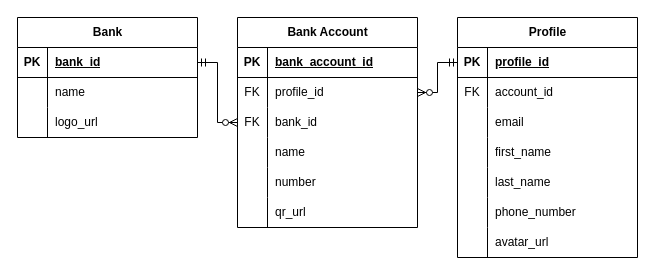
Naodab/Second_Life keeps this draw.io diagram as page "profileservice" (3 of 8) of diagrams/databases/erd.drawio. Above is the earlier version. Source tidied: cells renumbered, new cells numbered last; positions are measured from the earlier drawing's top-left corner, leaving out a move shared by most shapes. Both pictures are drawn from the tidied source at 100%, with x=0, y=0 at pixel (17, 17).
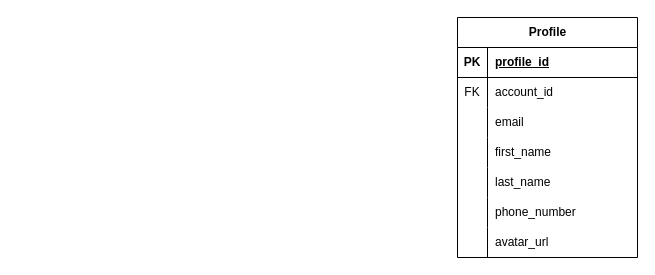
The same diagram, later.

Unchanged cells that the change refers to:
```xml
<mxCell id="3" style="shape=tableRow;horizontal=0;startSize=0;swimlaneHead=0;swimlaneBody=0;fillColor=none;points=[[0,0.5],[1,0.5]];portConstraint=eastwest;top=0;left=0;right=0;bottom=1;" parent="2" vertex="1">
  <mxGeometry y="30" width="180" height="30" as="geometry" />
</mxCell>
```

What changed in the source:
```diff
@@
-    <mxCell id="24" value="Bank Account" style="shape=table;startSize=30;childLayout=tableLayout;rowLines=0;fontStyle=1;align=center;html=1;" parent="1" vertex="1">
-      <mxGeometry x="220" width="180" height="210" as="geometry" />
-    </mxCell>
-    <mxCell id="25" style="shape=tableRow;horizontal=0;startSize=0;swimlaneHead=0;swimlaneBody=0;fillColor=none;top=0;left=0;right=0;bottom=1;" parent="24" vertex="1">
-      <mxGeometry y="30" width="180" height="30" as="geometry" />
-    </mxCell>
-    <mxCell id="26" value="PK" style="shape=partialRectangle;fillColor=none;top=0;left=0;bottom=0;right=0;fontStyle=1;overflow=hidden;whiteSpace=wrap;html=1;" parent="25" vertex="1">
-      <mxGeometry width="30" height="30" as="geometry" />
-    </mxCell>
-    <mxCell id="27" value="bank_account_id" style="shape=partialRectangle;fillColor=none;top=0;left=0;bottom=0;right=0;align=left;spacingLeft=6;fontStyle=5;overflow=hidden;whiteSpace=wrap;html=1;" parent="25" vertex="1">
-      <mxGeometry x="30" width="150" height="30" as="geometry" />
-    </mxCell>
-    <mxCell id="28" style="shape=tableRow;horizontal=0;startSize=0;swimlaneHead=0;swimlaneBody=0;fillColor=none;points=[[0,0.5],[1,0.5]];portConstraint=eastwest;top=0;left=0;right=0;bottom=0;" parent="24" vertex="1">
-      <mxGeometry y="60" width="180" height="30" as="geometry" />
-    </mxCell>
-    <mxCell id="29" value="FK" style="shape=partialRectangle;fillColor=none;top=0;left=0;bottom=0;right=0;overflow=hidden;whiteSpace=wrap;html=1;" parent="28" vertex="1">
-      <mxGeometry width="30" height="30" as="geometry" />
-    </mxCell>
-    <mxCell id="30" value="profile_id" style="shape=partialRectangle;fillColor=none;top=0;left=0;bottom=0;right=0;align=left;spacingLeft=6;overflow=hidden;whiteSpace=wrap;html=1;" parent="28" vertex="1">
-      <mxGeometry x="30" width="150" height="30" as="geometry" />
-    </mxCell>
-    <mxCell id="31" style="shape=tableRow;horizontal=0;startSize=0;swimlaneHead=0;swimlaneBody=0;fillColor=none;points=[[0,0.5],[1,0.5]];portConstraint=eastwest;top=0;left=0;right=0;bottom=0;" parent="24" vertex="1">
-      <mxGeometry y="90" width="180" height="30" as="geometry" />
-    </mxCell>
-    <mxCell id="32" value="FK" style="shape=partialRectangle;fillColor=none;top=0;left=0;bottom=0;right=0;overflow=hidden;whiteSpace=wrap;html=1;" parent="31" vertex="1">
-      <mxGeometry width="30" height="30" as="geometry" />
-    </mxCell>
-    <mxCell id="33" value="bank_id" style="shape=partialRectangle;fillColor=none;top=0;left=0;bottom=0;right=0;align=left;spacingLeft=6;overflow=hidden;whiteSpace=wrap;html=1;" parent="31" vertex="1">
-      <mxGeometry x="30" width="150" height="30" as="geometry" />
-    </mxCell>
-    <mxCell id="34" style="shape=tableRow;horizontal=0;startSize=0;swimlaneHead=0;swimlaneBody=0;fillColor=none;top=0;left=0;right=0;bottom=0;" parent="24" vertex="1">
-      <mxGeometry y="120" width="180" height="30" as="geometry" />
-    </mxCell>
-    <mxCell id="35" style="shape=partialRectangle;fillColor=none;top=0;left=0;bottom=0;right=0;overflow=hidden;whiteSpace=wrap;html=1;" parent="34" vertex="1">
-      <mxGeometry width="30" height="30" as="geometry" />
-    </mxCell>
-    <mxCell id="36" value="name" style="shape=partialRectangle;fillColor=none;top=0;left=0;bottom=0;right=0;align=left;spacingLeft=6;overflow=hidden;whiteSpace=wrap;html=1;" parent="34" vertex="1">
-      <mxGeometry x="30" width="150" height="30" as="geometry" />
-    </mxCell>
-    <mxCell id="37" style="shape=tableRow;horizontal=0;startSize=0;swimlaneHead=0;swimlaneBody=0;fillColor=none;top=0;left=0;right=0;bottom=0;" parent="24" vertex="1">
-      <mxGeometry y="150" width="180" height="30" as="geometry" />
-    </mxCell>
-    <mxCell id="38" style="shape=partialRectangle;fillColor=none;top=0;left=0;bottom=0;right=0;overflow=hidden;whiteSpace=wrap;html=1;" parent="37" vertex="1">
-      <mxGeometry width="30" height="30" as="geometry" />
-    </mxCell>
-    <mxCell id="39" value="number" style="shape=partialRectangle;fillColor=none;top=0;left=0;bottom=0;right=0;align=left;spacingLeft=6;overflow=hidden;whiteSpace=wrap;html=1;" parent="37" vertex="1">
-      <mxGeometry x="30" width="150" height="30" as="geometry" />
-    </mxCell>
-    <mxCell id="40" style="shape=tableRow;horizontal=0;startSize=0;swimlaneHead=0;swimlaneBody=0;fillColor=none;top=0;left=0;right=0;bottom=0;" parent="24" vertex="1">
-      <mxGeometry y="180" width="180" height="30" as="geometry" />
-    </mxCell>
-    <mxCell id="41" style="shape=partialRectangle;fillColor=none;top=0;left=0;bottom=0;right=0;overflow=hidden;whiteSpace=wrap;html=1;" parent="40" vertex="1">
-      <mxGeometry width="30" height="30" as="geometry" />
-    </mxCell>
-    <mxCell id="42" value="qr_url" style="shape=partialRectangle;fillColor=none;top=0;left=0;bottom=0;right=0;align=left;spacingLeft=6;overflow=hidden;whiteSpace=wrap;html=1;" parent="40" vertex="1">
-      <mxGeometry x="30" width="150" height="30" as="geometry" />
-    </mxCell>
-    <mxCell id="43" value="Bank" style="shape=table;startSize=30;childLayout=tableLayout;rowLines=0;fontStyle=1;align=center;html=1;" parent="1" vertex="1">
-      <mxGeometry width="180" height="120" as="geometry" />
-    </mxCell>
-    <mxCell id="44" style="shape=tableRow;horizontal=0;startSize=0;swimlaneHead=0;swimlaneBody=0;fillColor=none;points=[[0,0.5],[1,0.5]];portConstraint=eastwest;top=0;left=0;right=0;bottom=1;" parent="43" vertex="1">
-      <mxGeometry y="30" width="180" height="30" as="geometry" />
-    </mxCell>
-    <mxCell id="45" value="PK" style="shape=partialRectangle;fillColor=none;top=0;left=0;bottom=0;right=0;fontStyle=1;overflow=hidden;whiteSpace=wrap;html=1;" parent="44" vertex="1">
-      <mxGeometry width="30" height="30" as="geometry" />
-    </mxCell>
-    <mxCell id="46" value="bank_id" style="shape=partialRectangle;fillColor=none;top=0;left=0;bottom=0;right=0;align=left;spacingLeft=6;fontStyle=5;overflow=hidden;whiteSpace=wrap;html=1;" parent="44" vertex="1">
-      <mxGeometry x="30" width="150" height="30" as="geometry" />
-    </mxCell>
-    <mxCell id="47" style="shape=tableRow;horizontal=0;startSize=0;swimlaneHead=0;swimlaneBody=0;fillColor=none;top=0;left=0;right=0;bottom=0;" parent="43" vertex="1">
-      <mxGeometry y="60" width="180" height="30" as="geometry" />
-    </mxCell>
-    <mxCell id="48" style="shape=partialRectangle;fillColor=none;top=0;left=0;bottom=0;right=0;overflow=hidden;whiteSpace=wrap;html=1;" parent="47" vertex="1">
-      <mxGeometry width="30" height="30" as="geometry" />
-    </mxCell>
-    <mxCell id="49" value="name" style="shape=partialRectangle;fillColor=none;top=0;left=0;bottom=0;right=0;align=left;spacingLeft=6;overflow=hidden;whiteSpace=wrap;html=1;" parent="47" vertex="1">
-      <mxGeometry x="30" width="150" height="30" as="geometry" />
-    </mxCell>
-    <mxCell id="50" style="shape=tableRow;horizontal=0;startSize=0;swimlaneHead=0;swimlaneBody=0;fillColor=none;top=0;left=0;right=0;bottom=0;" parent="43" vertex="1">
-      <mxGeometry y="90" width="180" height="30" as="geometry" />
-    </mxCell>
-    <mxCell id="51" style="shape=partialRectangle;fillColor=none;top=0;left=0;bottom=0;right=0;overflow=hidden;whiteSpace=wrap;html=1;" parent="50" vertex="1">
-      <mxGeometry width="30" height="30" as="geometry" />
-    </mxCell>
-    <mxCell id="52" value="logo_url" style="shape=partialRectangle;fillColor=none;top=0;left=0;bottom=0;right=0;align=left;spacingLeft=6;overflow=hidden;whiteSpace=wrap;html=1;" parent="50" vertex="1">
-      <mxGeometry x="30" width="150" height="30" as="geometry" />
-    </mxCell>
-    <mxCell id="53" style="edgeStyle=orthogonalEdgeStyle;fontSize=12;html=1;endArrow=ERzeroToMany;startArrow=ERmandOne;rounded=0;exitX=1;exitY=0.5;exitDx=0;exitDy=0;entryX=0;entryY=0.5;entryDx=0;entryDy=0;" parent="1" edge="1" source="44" target="31">
-      <mxGeometry relative="1" as="geometry" />
-    </mxCell>
-    <mxCell id="54" style="edgeStyle=orthogonalEdgeStyle;fontSize=12;html=1;endArrow=ERzeroToMany;startArrow=ERmandOne;rounded=0;exitX=0;exitY=0.5;exitDx=0;exitDy=0;entryX=1;entryY=0.5;entryDx=0;entryDy=0;" parent="1" edge="1" source="3" target="28">
-      <mxGeometry relative="1" as="geometry" />
-    </mxCell>
```
